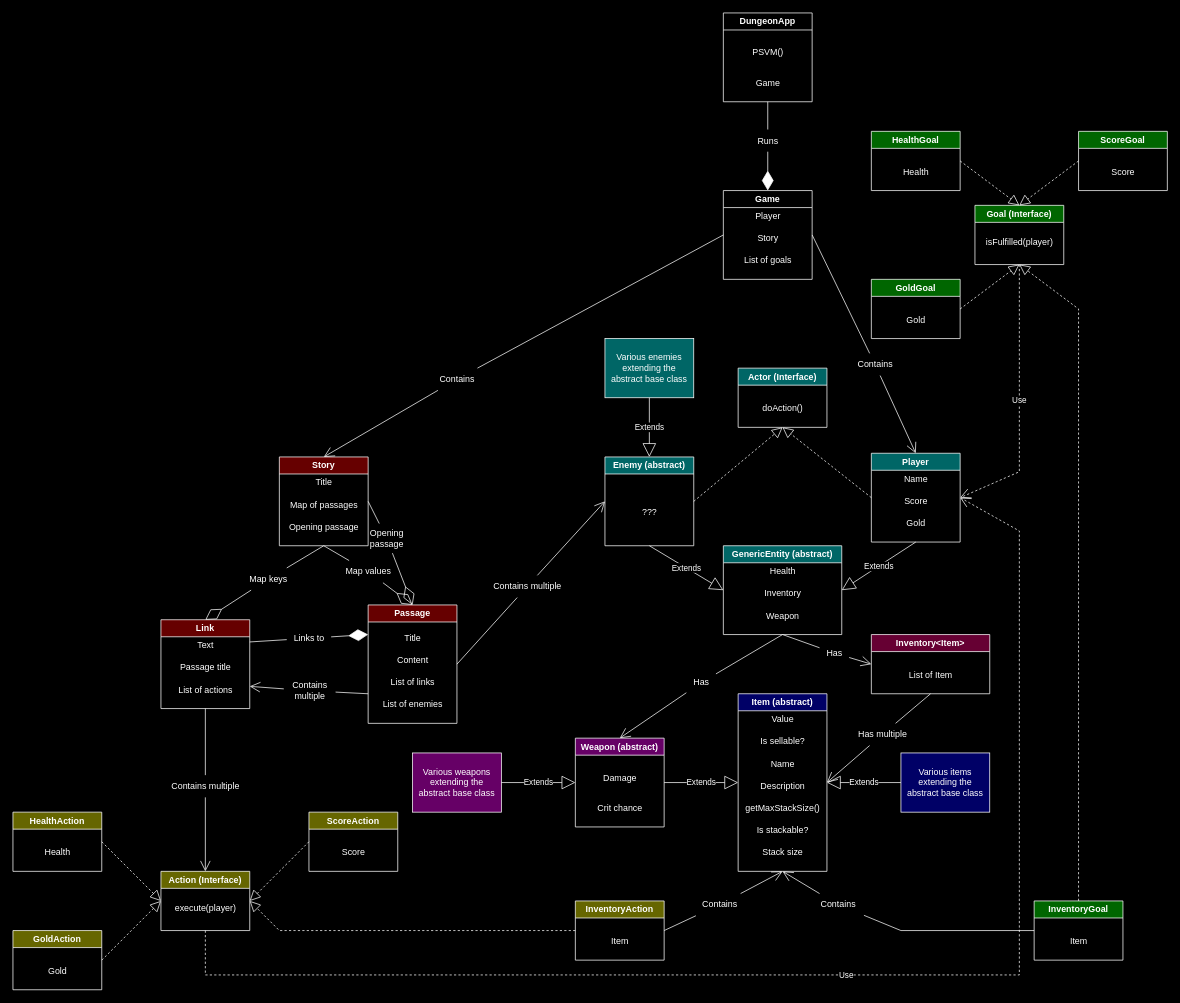
SmileyFace799/mappe-prosjekt-paths-gruppe-23-archived keeps this draw.io diagram as plan.drawio. Above is the earlier version. Source tidied: cells renumbered, new cells numbered last; positions are measured from the earlier drawing's top-left corner, leaving out a move shared by most shapes. Both pictures are drawn from the tidied source at 74%, with x=0, y=0 at pixel (13, 13).
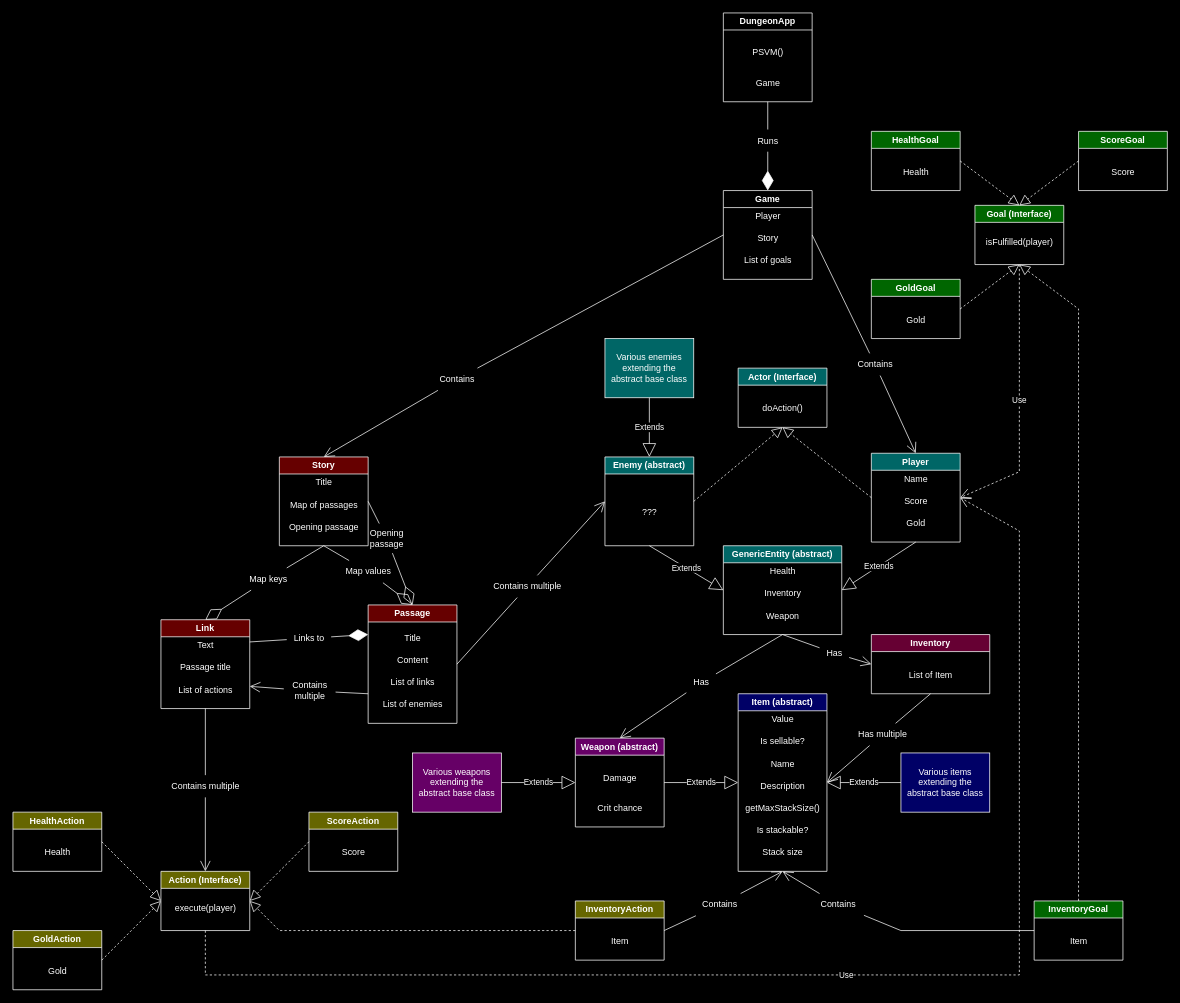
The same page after the edit.

Diff of the diagram source:
```diff
@@
-    <mxCell id="120" value="Inventory&amp;lt;Item&amp;gt;" style="swimlane;whiteSpace=wrap;html=1;strokeColor=#FFFFFF;fontColor=#FFFFFF;fillColor=#660033;startSize=23;" parent="1" vertex="1">
+    <mxCell id="120" value="Inventory" style="swimlane;whiteSpace=wrap;html=1;strokeColor=#FFFFFF;fontColor=#FFFFFF;fillColor=#660033;startSize=23;" parent="1" vertex="1">
       <mxGeometry x="1160" y="840" width="160" height="80" as="geometry" />
     </mxCell>
```
